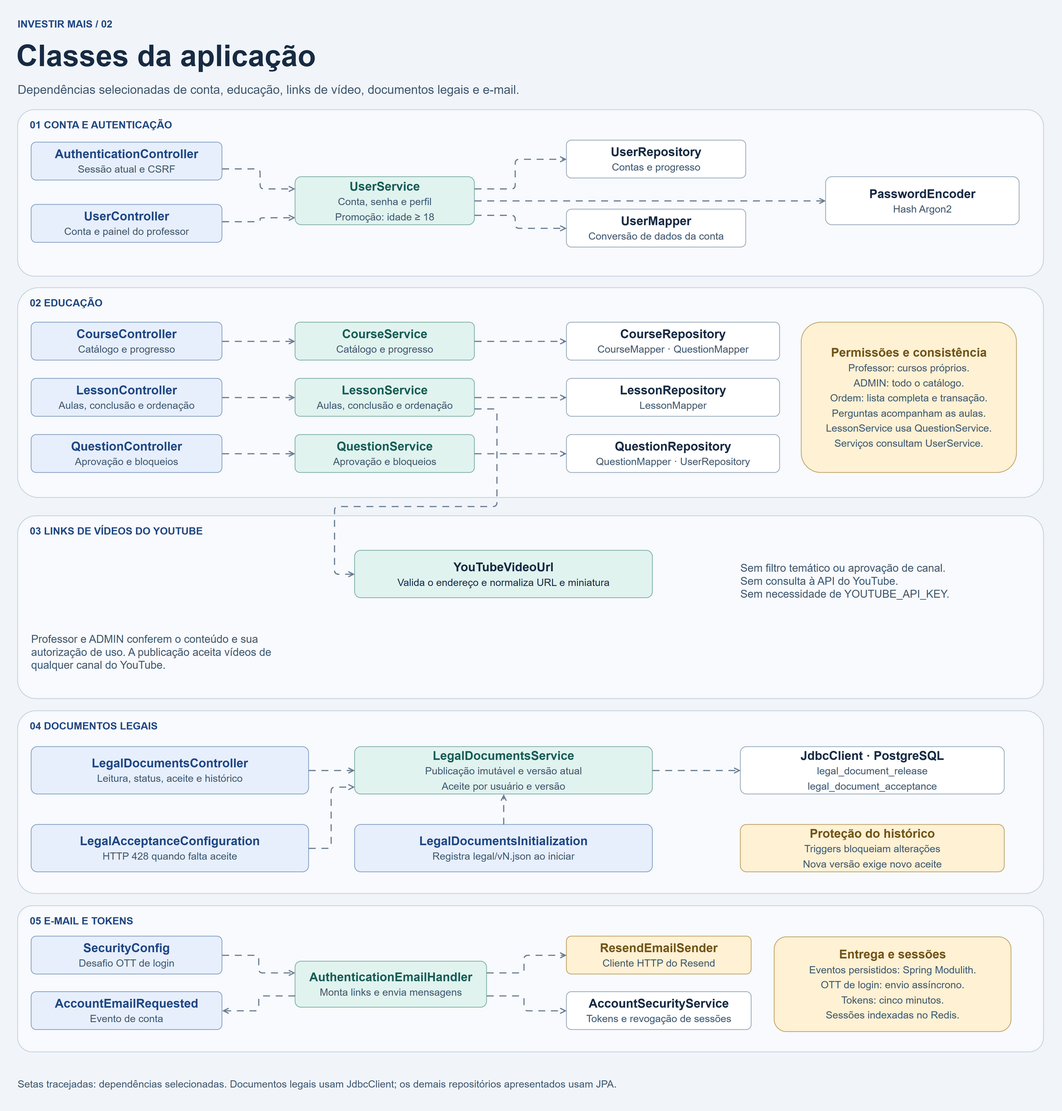
Earlier version of the draw.io export docs/diagramas/classes-da-aplicacao.png (GabrielYYM/INVESTIR-MAIS). Source tidied: cells renumbered, new cells last; positions are measured from the earlier drawing's top-left corner, leaving out a move shared by most shapes.
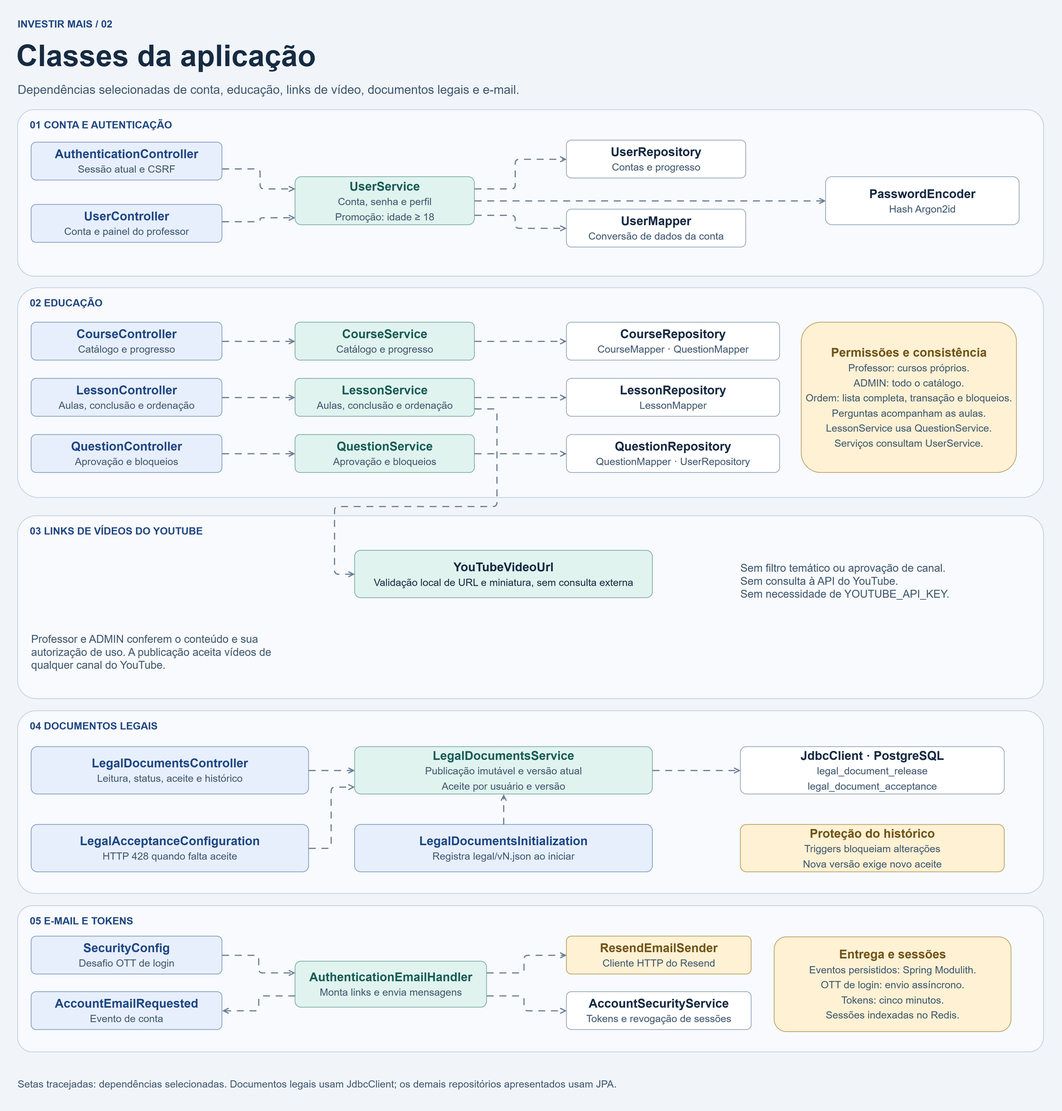
The same diagram one commit later.

Diff of the diagram source:
```diff
@@ -59,7 +59,7 @@
     <mxCell id="20" value="&lt;b style=&quot;font-size:18px;color:#172B43&quot;&gt;UserMapper&lt;/b&gt;&lt;br&gt;&lt;span style=&quot;font-size:15px;color:#405870;line-height:1.35&quot;&gt;Conversão de dados da conta&lt;/span&gt;" style="html=1;whiteSpace=wrap;rounded=1;arcSize=13;fillColor=#FFFFFF;strokeColor=#8FA2B6;align=center;verticalAlign=middle;fontColor=#172B43;fontSize=18;spacing=5;" parent="1" vertex="1">
       <mxGeometry x="813" y="285" width="265" height="56" as="geometry" />
     </mxCell>
-    <mxCell id="21" value="&lt;b style=&quot;font-size:18px;color:#172B43&quot;&gt;PasswordEncoder&lt;/b&gt;&lt;br&gt;&lt;span style=&quot;font-size:15px;color:#405870;line-height:1.35&quot;&gt;Hash Argon2&lt;/span&gt;" style="html=1;whiteSpace=wrap;rounded=1;arcSize=13;fillColor=#FFFFFF;strokeColor=#8FA2B6;align=center;verticalAlign=middle;fontColor=#172B43;fontSize=18;spacing=5;" parent="1" vertex="1">
+    <mxCell id="21" value="&lt;b style=&quot;font-size:18px;color:#172B43&quot;&gt;PasswordEncoder&lt;/b&gt;&lt;br&gt;&lt;span style=&quot;font-size:15px;color:#405870;line-height:1.35&quot;&gt;Hash Argon2id&lt;/span&gt;" style="html=1;whiteSpace=wrap;rounded=1;arcSize=13;fillColor=#FFFFFF;strokeColor=#8FA2B6;align=center;verticalAlign=middle;fontColor=#172B43;fontSize=18;spacing=5;" parent="1" vertex="1">
       <mxGeometry x="1196" y="237" width="286" height="71" as="geometry" />
     </mxCell>
     <mxCell id="22" style="html=1;edgeStyle=segmentEdgeStyle;rounded=1;arcSize=12;strokeColor=#6A7D93;strokeWidth=1.7;endArrow=open;startArrow=none;fontSize=14;fontColor=#172B43;labelBackgroundColor=#F8FAFD;exitX=1;exitY=0.7;entryX=0;entryY=0.25;dashed=1;dashPattern=6 5;" parent="1" edge="1" source="16" target="18">
@@ -142,10 +142,10 @@
     <mxCell id="41" style="html=1;edgeStyle=segmentEdgeStyle;rounded=1;arcSize=12;strokeColor=#6A7D93;strokeWidth=1.7;endArrow=open;startArrow=none;fontSize=14;fontColor=#172B43;labelBackgroundColor=#F8FAFD;exitX=1;exitY=0.5;entryX=0;entryY=0.5;dashed=1;dashPattern=6 5;" parent="1" edge="1" source="38" target="39">
       <mxGeometry y="-12" relative="1" as="geometry" />
     </mxCell>
-    <mxCell id="42" value="&lt;b style=&quot;font-size:18px;color:#725519&quot;&gt;Permissões e consistência&lt;/b&gt;&lt;br&gt;&lt;span style=&quot;font-size:15px;color:#405870;line-height:1.35&quot;&gt;Professor: cursos próprios.&lt;br&gt;ADMIN: todo o catálogo.&lt;br&gt;Ordem: lista completa e transação.&lt;br&gt;Perguntas acompanham as aulas.&lt;br&gt;LessonService usa QuestionService.&lt;br&gt;Serviços consultam UserService.&lt;/span&gt;" style="html=1;whiteSpace=wrap;rounded=1;arcSize=13;fillColor=#FFF1D4;strokeColor=#BA9B5D;align=center;verticalAlign=middle;fontColor=#172B43;fontSize=18;spacing=5;" parent="1" vertex="1">
+    <mxCell id="42" value="&lt;b style=&quot;font-size:18px;color:#725519&quot;&gt;Permissões e consistência&lt;/b&gt;&lt;br&gt;&lt;span style=&quot;font-size:15px;color:#405870;line-height:1.35&quot;&gt;Professor: cursos próprios.&lt;br&gt;ADMIN: todo o catálogo.&lt;br&gt;Ordem: lista completa, transação e bloqueios.&lt;br&gt;Perguntas acompanham as aulas.&lt;br&gt;LessonService usa QuestionService.&lt;br&gt;Serviços consultam UserService.&lt;/span&gt;" style="html=1;whiteSpace=wrap;rounded=1;arcSize=13;fillColor=#FFF1D4;strokeColor=#BA9B5D;align=center;verticalAlign=middle;fontColor=#172B43;fontSize=18;spacing=5;" parent="1" vertex="1">
       <mxGeometry x="1160" y="452" width="318" height="222" as="geometry" />
     </mxCell>
-    <mxCell id="43" value="&lt;b style=&quot;font-size:18px&quot;&gt;YouTubeVideoUrl&lt;/b&gt;&lt;br&gt;&lt;span style=&quot;font-size:15px&quot;&gt;Valida o endereço e normaliza URL e miniatura&lt;/span&gt;" style="html=1;whiteSpace=wrap;rounded=1;arcSize=13;fillColor=#E1F3EF;strokeColor=#75A9A0;align=center;verticalAlign=middle;fontColor=#172B43;fontSize=18;spacing=5;" parent="1" vertex="1">
+    <mxCell id="43" value="&lt;b style=&quot;font-size:18px&quot;&gt;YouTubeVideoUrl&lt;/b&gt;&lt;br&gt;&lt;span style=&quot;font-size:15px&quot;&gt;Validação local de URL e miniatura, sem consulta externa&lt;/span&gt;" style="html=1;whiteSpace=wrap;rounded=1;arcSize=13;fillColor=#E1F3EF;strokeColor=#75A9A0;align=center;verticalAlign=middle;fontColor=#172B43;fontSize=18;spacing=5;" parent="1" vertex="1">
       <mxGeometry x="500" y="789" width="440" height="70" as="geometry" />
     </mxCell>
     <mxCell id="44" value="Professor e ADMIN conferem o conteúdo e sua autorização de uso. A publicação aceita vídeos de qualquer canal do YouTube." style="html=1;whiteSpace=wrap;text;strokeColor=none;fillColor=none;fontSize=16;fontColor=#405870;fontStyle=0;align=left;verticalAlign=middle;spacing=0;" parent="1" vertex="1">
```
